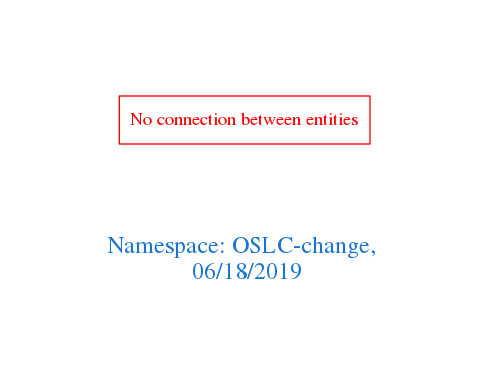
This is downloads/OSLC-change.png from arago/OGIT, a Graphviz export, as it was before one commit. Its source is kept beside it as downloads/OSLC-change.dot.
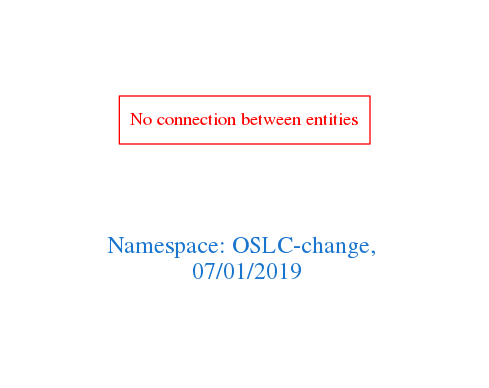
After the change.

What changed in the source:
```diff
@@ -1,7 +1,7 @@
 digraph OGIT_ontology {
  graph [ rankdir= LR,pad=1
 fontsize = 18,
-fontcolor= dodgerblue3,label = "\n\n\nNamespace: OSLC-change, \n 06/18/2019"];
+fontcolor= dodgerblue3,label = "\n\n\nNamespace: OSLC-change, \n 07/01/2019"];
 node[shape=polygon];
 edge [  color="gray81"];
 
```
